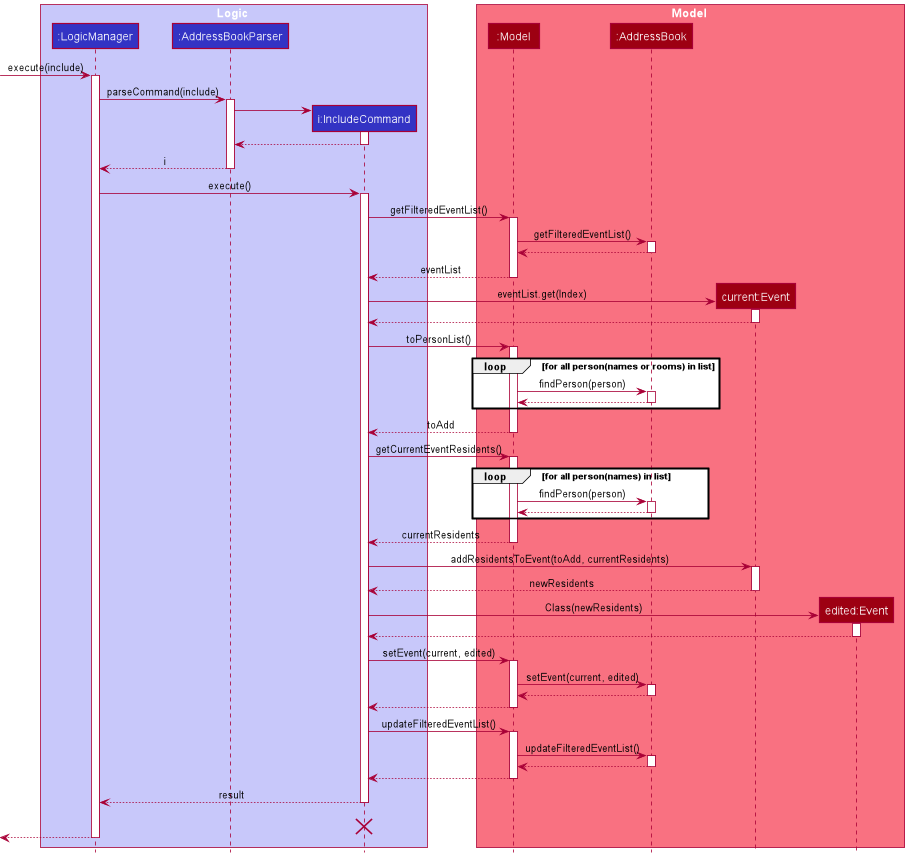
The PlantUML diagram docs/images/logic/commands/includecommand/IncludeCommandSequenceDiagram.png in nus-cs2103-AY2122S1/tp, before a commit. Its diagram source:
```plantuml
@startuml
!include ../../../style.puml

box Logic LOGIC_COLOR_T1
participant ":LogicManager" as LogicManager LOGIC_COLOR
participant ":AddressBookParser" as AddressBookParser LOGIC_COLOR
participant "i:IncludeCommand" as IncludeCommand LOGIC_COLOR
end box

box Model MODEL_COLOR_T1
participant ":Model" as Model MODEL_COLOR
participant ":AddressBook" as AddressBook MODEL_COLOR
participant "current:Event" as currEvent MODEL_COLOR
participant "edited:Event" as editedEvent MODEL_COLOR
end box
[-> LogicManager : execute(include)
activate LogicManager

LogicManager -> AddressBookParser : parseCommand(include)
activate AddressBookParser

create IncludeCommand
AddressBookParser -> IncludeCommand
activate IncludeCommand

IncludeCommand --> AddressBookParser
deactivate IncludeCommand

AddressBookParser --> LogicManager : i
deactivate AddressBookParser

LogicManager -> IncludeCommand : execute()
activate IncludeCommand

IncludeCommand -> Model : getFilteredEventList()
activate Model

Model -> AddressBook : getFilteredEventList()
activate AddressBook

AddressBook --> Model :
deactivate AddressBook

Model --> IncludeCommand : eventList
deactivate Model

create currEvent
IncludeCommand -> currEvent : eventList.get(Index)
activate currEvent

currEvent --> IncludeCommand
deactivate currEvent

IncludeCommand -> Model : toPersonList()
activate Model

loop for all person(names or rooms) in list
Model -> AddressBook : findPerson(person)
activate AddressBook

AddressBook --> Model :
deactivate AddressBook
end

Model --> IncludeCommand : toAdd
deactivate Model

IncludeCommand -> Model : getCurrentEventResidents()
activate Model

loop for all person(names) in list
Model -> AddressBook : findPerson(person)
activate AddressBook

AddressBook --> Model :
deactivate AddressBook
end

Model --> IncludeCommand : currentResidents
deactivate Model

IncludeCommand -> currEvent : addResidentsToEvent(toAdd, currentResidents)
activate currEvent

currEvent --> IncludeCommand : newResidents
deactivate currEvent

create editedEvent
IncludeCommand -> editedEvent : Class(newResidents)
activate editedEvent

editedEvent --> IncludeCommand
deactivate editedEvent

IncludeCommand -> Model : setEvent(current, edited)
activate Model

Model -> AddressBook : setEvent(current, edited)
activate AddressBook

AddressBook --> Model
deactivate AddressBook

Model --> IncludeCommand
deactivate Model

IncludeCommand -> Model : updateFilteredEventList()
activate Model

Model -> AddressBook : updateFilteredEventList()
activate AddressBook

AddressBook --> Model
deactivate AddressBook

Model --> IncludeCommand
deactivate Model

IncludeCommand --> LogicManager : result
deactivate IncludeCommand
IncludeCommand -[hidden]-> LogicManager : result
destroy IncludeCommand

[<--LogicManager
deactivate LogicManager
@enduml
```
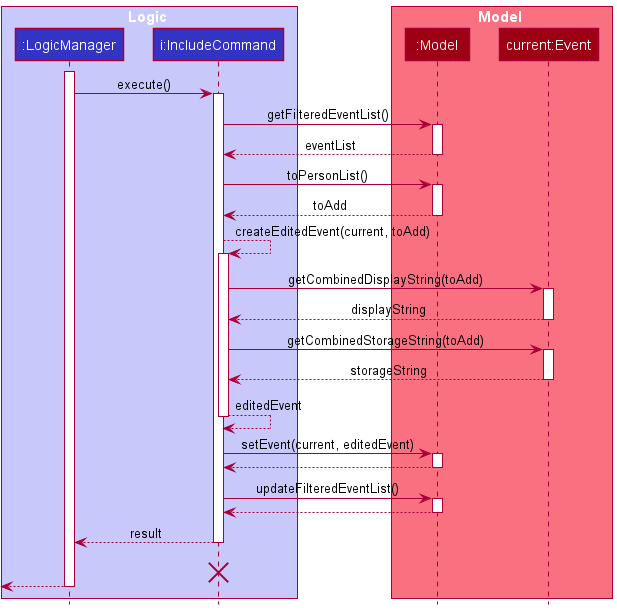
After the change.

Commit message:
Update Include sequence diagram

The edit, as a diff of the source:
```diff
@@ -3,115 +3,52 @@
 
 box Logic LOGIC_COLOR_T1
 participant ":LogicManager" as LogicManager LOGIC_COLOR
-participant ":AddressBookParser" as AddressBookParser LOGIC_COLOR
+
 participant "i:IncludeCommand" as IncludeCommand LOGIC_COLOR
 end box
 
 box Model MODEL_COLOR_T1
 participant ":Model" as Model MODEL_COLOR
-participant ":AddressBook" as AddressBook MODEL_COLOR
 participant "current:Event" as currEvent MODEL_COLOR
-participant "edited:Event" as editedEvent MODEL_COLOR
 end box
-[-> LogicManager : execute(include)
+
 activate LogicManager
-
-LogicManager -> AddressBookParser : parseCommand(include)
-activate AddressBookParser
-
-create IncludeCommand
-AddressBookParser -> IncludeCommand
-activate IncludeCommand
-
-IncludeCommand --> AddressBookParser
-deactivate IncludeCommand
-
-AddressBookParser --> LogicManager : i
-deactivate AddressBookParser
-
 LogicManager -> IncludeCommand : execute()
 activate IncludeCommand
 
 IncludeCommand -> Model : getFilteredEventList()
 activate Model
 
-Model -> AddressBook : getFilteredEventList()
-activate AddressBook
-
-AddressBook --> Model :
-deactivate AddressBook
-
 Model --> IncludeCommand : eventList
 deactivate Model
-
-create currEvent
-IncludeCommand -> currEvent : eventList.get(Index)
-activate currEvent
-
-currEvent --> IncludeCommand
-deactivate currEvent
 
 IncludeCommand -> Model : toPersonList()
 activate Model
 
-loop for all person(names or rooms) in list
-Model -> AddressBook : findPerson(person)
-activate AddressBook
-
-AddressBook --> Model :
-deactivate AddressBook
-end
-
 Model --> IncludeCommand : toAdd
 deactivate Model
 
-IncludeCommand -> Model : getCurrentEventResidents()
+IncludeCommand --> IncludeCommand : createEditedEvent(current, toAdd)
+activate IncludeCommand
+
+IncludeCommand -> currEvent : getCombinedDisplayString(toAdd)
+activate currEvent
+return displayString
+
+IncludeCommand -> currEvent : getCombinedStorageString(toAdd)
+activate currEvent
+return storageString
+
+return editedEvent
+
+IncludeCommand -> Model : setEvent(current, editedEvent)
 activate Model
-
-loop for all person(names) in list
-Model -> AddressBook : findPerson(person)
-activate AddressBook
-
-AddressBook --> Model :
-deactivate AddressBook
-end
-
-Model --> IncludeCommand : currentResidents
-deactivate Model
-
-IncludeCommand -> currEvent : addResidentsToEvent(toAdd, currentResidents)
-activate currEvent
-
-currEvent --> IncludeCommand : newResidents
-deactivate currEvent
-
-create editedEvent
-IncludeCommand -> editedEvent : Class(newResidents)
-activate editedEvent
-
-editedEvent --> IncludeCommand
-deactivate editedEvent
-
-IncludeCommand -> Model : setEvent(current, edited)
-activate Model
-
-Model -> AddressBook : setEvent(current, edited)
-activate AddressBook
-
-AddressBook --> Model
-deactivate AddressBook
 
 Model --> IncludeCommand
 deactivate Model
 
 IncludeCommand -> Model : updateFilteredEventList()
 activate Model
-
-Model -> AddressBook : updateFilteredEventList()
-activate AddressBook
-
-AddressBook --> Model
-deactivate AddressBook
 
 Model --> IncludeCommand
 deactivate Model
```
